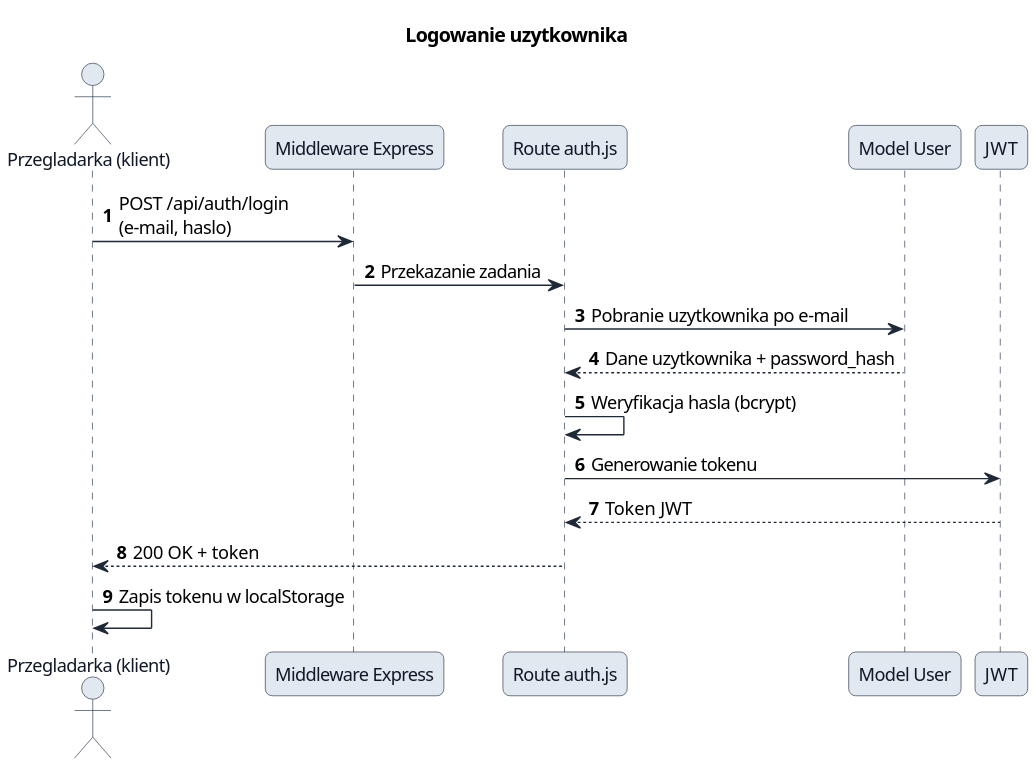
Earlier version of the PlantUML export Praca Licencjacka/diagramy-plantuml/sequence-login.svg (NasiadkaMaciej/Digital-Dungeons). Its diagram source:
```plantuml
@startuml
!include style.iuml
title Logowanie uzytkownika

autonumber
actor "Przegladarka (klient)" as K
participant "Middleware Express" as M
participant "Route auth.js" as R
participant "Model User" as U
participant "JWT" as J

K -> M: POST /api/auth/login\n(e-mail, haslo)
M -> R: Przekazanie zadania
R -> U: Pobranie uzytkownika po e-mail
U --> R: Dane uzytkownika + password_hash
R -> R: Weryfikacja hasla (bcrypt)
R -> J: Generowanie tokenu
J --> R: Token JWT
R --> K: 200 OK + token
K -> K: Zapis tokenu w localStorage
@enduml
```
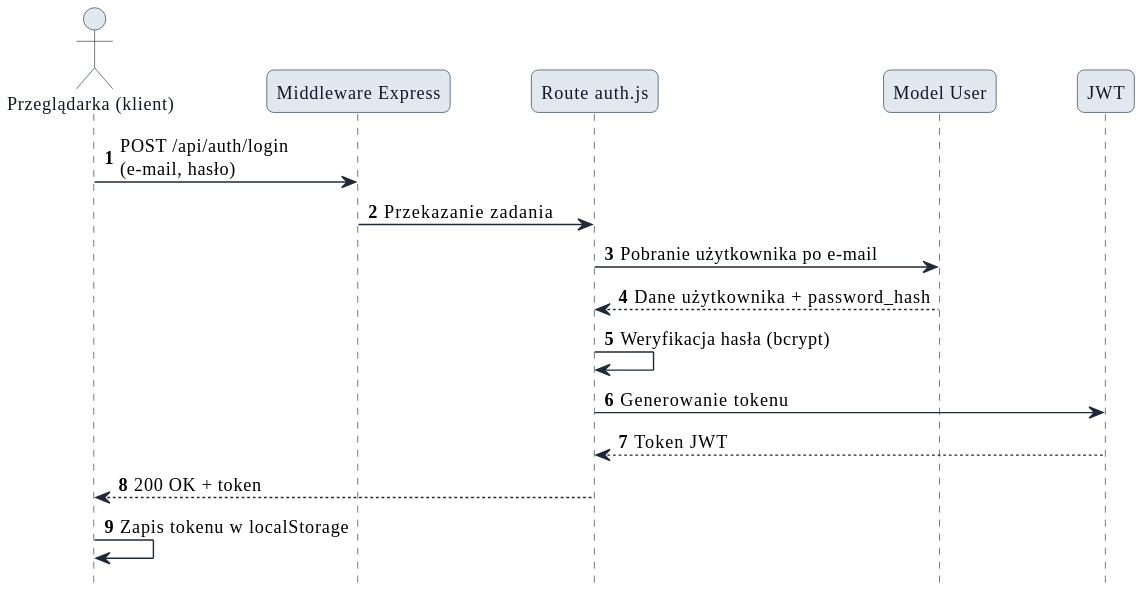
The same diagram one commit later.

The edit, as a diff of the source:
```diff
@@ -1,19 +1,21 @@
 @startuml
 !include style.iuml
-title Logowanie uzytkownika
+hide footbox
+skinparam ParticipantPadding 24
+skinparam BoxPadding 10
 
 autonumber
-actor "Przegladarka (klient)" as K
+actor "Przeglądarka (klient)" as K
 participant "Middleware Express" as M
 participant "Route auth.js" as R
 participant "Model User" as U
 participant "JWT" as J
 
-K -> M: POST /api/auth/login\n(e-mail, haslo)
+K -> M: POST /api/auth/login\n(e-mail, hasło)
 M -> R: Przekazanie zadania
-R -> U: Pobranie uzytkownika po e-mail
-U --> R: Dane uzytkownika + password_hash
-R -> R: Weryfikacja hasla (bcrypt)
+R -> U: Pobranie użytkownika po e-mail
+U --> R: Dane użytkownika + password_hash
+R -> R: Weryfikacja hasła (bcrypt)
 R -> J: Generowanie tokenu
 J --> R: Token JWT
 R --> K: 200 OK + token
```
